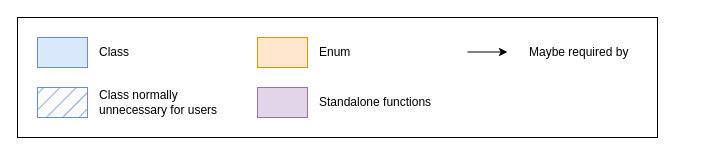
AntaresSimulatorTeam/antares_craft keeps this draw.io diagram as docs/assets/architecture-legend.drawio. Above is the earlier version. Source tidied: cells renumbered, new cells numbered last; positions are measured from the earlier drawing's top-left corner, leaving out a move shared by most shapes. Both pictures are drawn from the tidied source at 100%, with x=0, y=0 at pixel (17, 17).
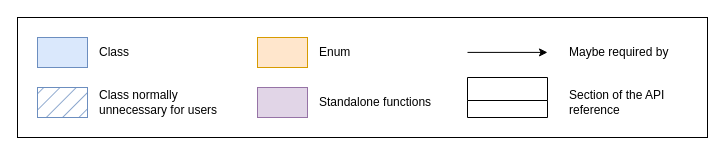
The same page after the edit.

Commit message (it also covers changes not shown here):
Update architecture diagrams

What changed in the source:
```diff
@@
 <mxGraphModel>
   <root>
     <mxCell id="0" />
     <mxCell id="1" parent="0" />
     <mxCell id="2" style="group;" parent="1" vertex="1">
-      <mxGeometry width="640" height="120" as="geometry" />
+      <mxGeometry width="690" height="120" as="geometry" />
     </mxCell>
-    <mxCell id="3" style="rounded=0;whiteSpace=wrap;html=1;fillColor=none;" parent="2" vertex="1">
-      <mxGeometry width="640" height="120" as="geometry" />
-    </mxCell>
+    <mxCell id="14" style="rounded=0;whiteSpace=wrap;html=1;fillColor=none;" parent="2" vertex="1">
+      <mxGeometry width="690" height="120" as="geometry" />
+    </mxCell>
     <mxCell id="4" style="rounded=0;whiteSpace=wrap;html=1;fillColor=#dae8fc;strokeColor=#6c8ebf;" parent="2" vertex="1">
       <mxGeometry x="20" y="20" width="50" height="30" as="geometry" />
     </mxCell>
     <mxCell id="5" value="Class" style="text;html=1;align=left;verticalAlign=middle;whiteSpace=wrap;rounded=0;" parent="2" vertex="1">
       <mxGeometry x="80" y="20" width="60" height="30" as="geometry" />
     </mxCell>
     <mxCell id="6" style="rounded=0;whiteSpace=wrap;html=1;fillColor=#ffe6cc;strokeColor=#d79b00;" parent="2" vertex="1">
       <mxGeometry x="240" y="20" width="50" height="30" as="geometry" />
     </mxCell>
     <mxCell id="7" value="Enum" style="text;html=1;align=left;verticalAlign=middle;whiteSpace=wrap;rounded=0;" parent="2" vertex="1">
       <mxGeometry x="300" y="20" width="60" height="30" as="geometry" />
     </mxCell>
     <mxCell id="8" style="rounded=0;whiteSpace=wrap;html=1;fillColor=#6C8EBF;strokeColor=#6C8EBF;fillStyle=hatch;" parent="2" vertex="1">
       <mxGeometry x="20" y="70" width="50" height="30" as="geometry" />
     </mxCell>
     <mxCell id="9" value="Class normally unnecessary for users" style="text;html=1;align=left;verticalAlign=middle;whiteSpace=wrap;rounded=0;" parent="2" vertex="1">
       <mxGeometry x="80" y="70" width="150" height="30" as="geometry" />
     </mxCell>
     <mxCell id="10" style="rounded=0;whiteSpace=wrap;html=1;fillColor=#e1d5e7;strokeColor=#9673a6;" parent="2" vertex="1">
       <mxGeometry x="240" y="70" width="50" height="30" as="geometry" />
     </mxCell>
     <mxCell id="11" value="Standalone functions" style="text;html=1;align=left;verticalAlign=middle;whiteSpace=wrap;rounded=0;" parent="2" vertex="1">
       <mxGeometry x="300" y="70" width="120" height="30" as="geometry" />
     </mxCell>
-    <mxCell id="12" style="endArrow=classic;html=1;" parent="2" edge="1">
-      <mxGeometry relative="1" as="geometry">
-        <mxPoint x="450" y="34.5" as="sourcePoint" />
-        <mxPoint x="490" y="34.5" as="targetPoint" />
-      </mxGeometry>
-    </mxCell>
+    <mxCell id="15" style="endArrow=classic;html=1;" parent="2" edge="1">
+      <mxGeometry relative="1" as="geometry">
+        <mxPoint x="450" y="34.9" as="sourcePoint" />
+        <mxPoint x="530" y="34.9" as="targetPoint" />
+      </mxGeometry>
+    </mxCell>
     <mxCell id="13" value="Maybe required by" style="text;html=1;align=left;verticalAlign=middle;whiteSpace=wrap;rounded=0;" parent="2" vertex="1">
-      <mxGeometry x="510" y="20" width="120" height="30" as="geometry" />
+      <mxGeometry x="550" y="20" width="120" height="30" as="geometry" />
     </mxCell>
+    <mxCell id="16" style="swimlane;whiteSpace=wrap;html=1;startSize=23;" parent="2" vertex="1">
+      <mxGeometry x="450" y="60" width="80" height="40" as="geometry" />
+    </mxCell>
+    <mxCell id="17" value="Section of the API reference" style="text;html=1;align=left;verticalAlign=middle;whiteSpace=wrap;rounded=0;" parent="2" vertex="1">
+      <mxGeometry x="550" y="70" width="120" height="30" as="geometry" />
+    </mxCell>
   </root>
 </mxGraphModel>
```
